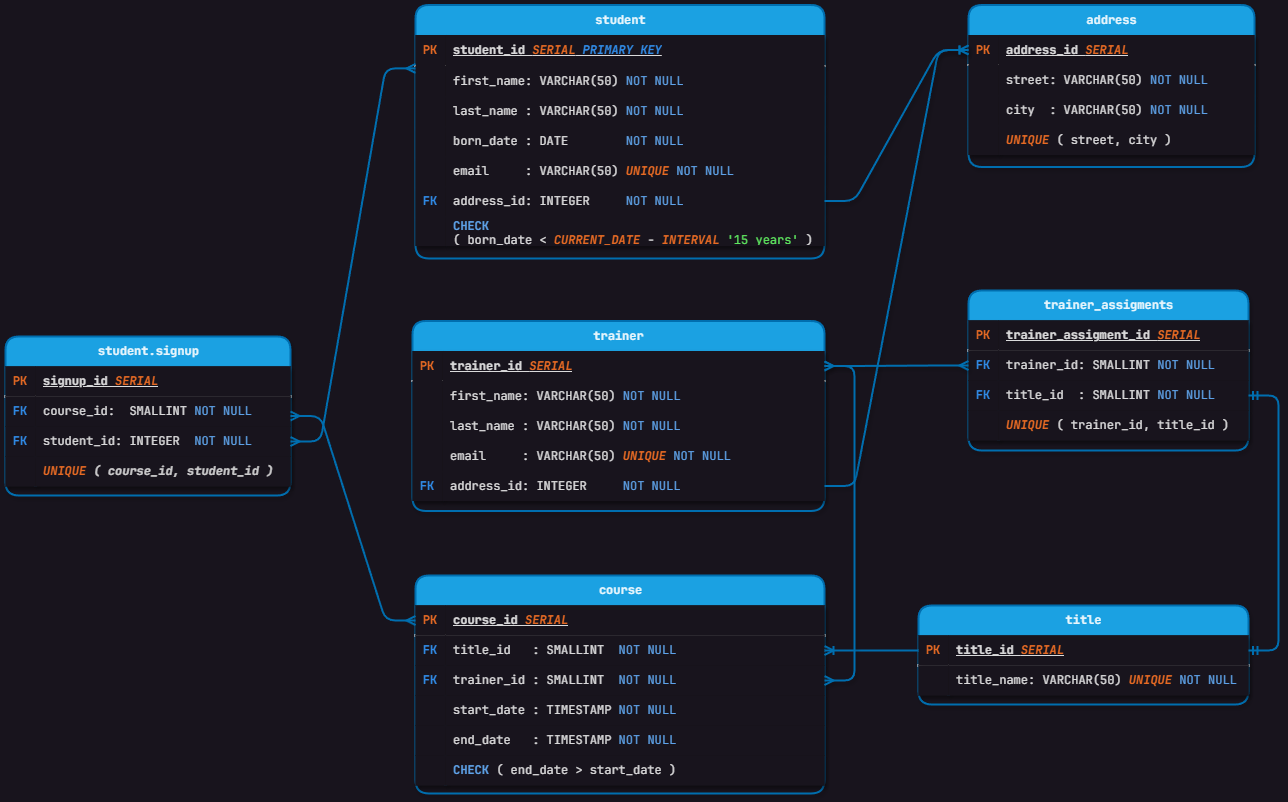
Mirjax2000/db_project keeps this draw.io diagram as Diagrams/db_diagram.png. Above is the earlier version. Source tidied: cells renumbered, new cells last; positions are measured from the earlier drawing's top-left corner, leaving out a move shared by most shapes.
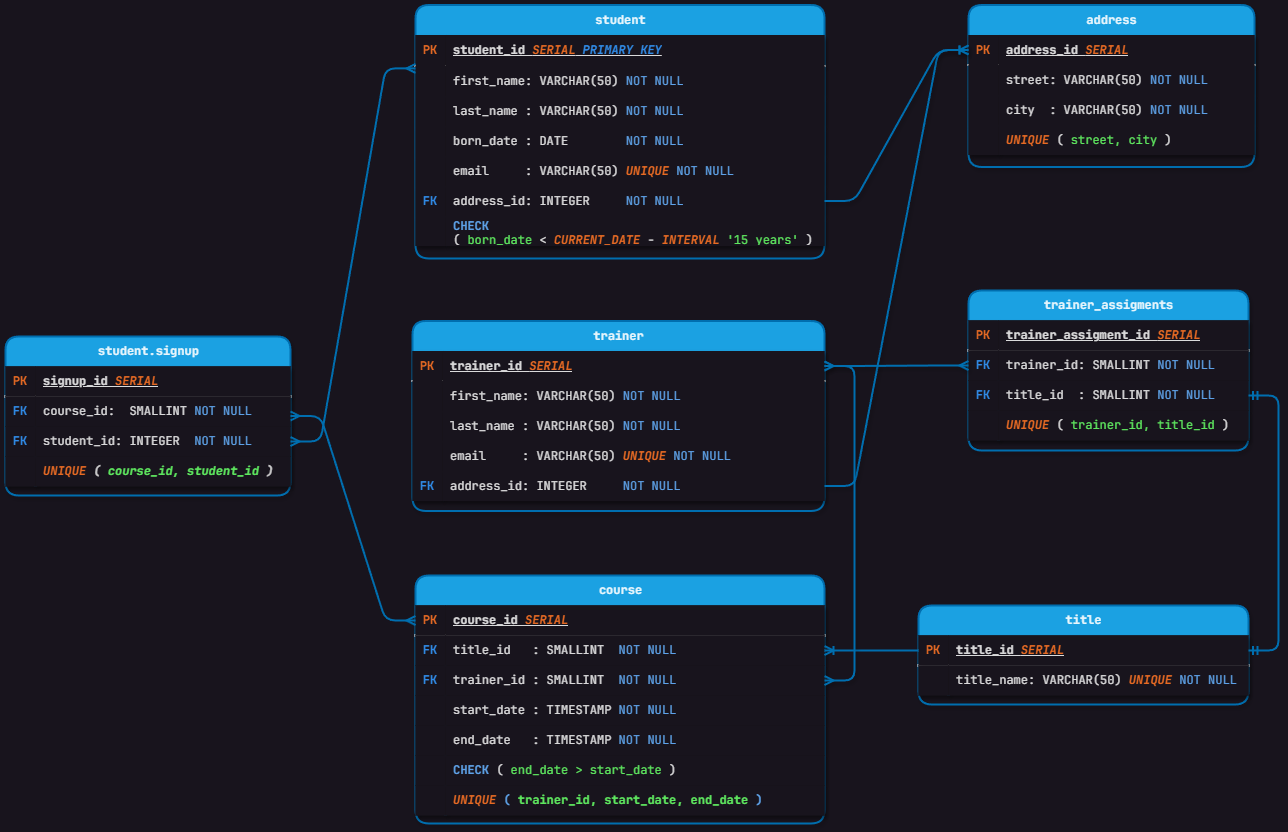
After the commit.

Change to the diagram source:
```diff
@@ -38,11 +38,11 @@
     <mxCell id="13" style="shape=partialRectangle;top=0;left=0;bottom=0;right=0;overflow=hidden;whiteSpace=wrap;html=1;align=left;fontFamily=JetBrains Mono;textShadow=0;textOpacity=90;labelBackgroundColor=none;rounded=1;fontSize=12;strokeWidth=2;shadow=1;swimlaneLine=0;" parent="12" vertex="1">
       <mxGeometry width="30" height="30" as="geometry" />
     </mxCell>
-    <mxCell id="14" value="&lt;b&gt;&lt;i&gt;&lt;font color=&quot;#ff7424&quot;&gt;UNIQUE&lt;/font&gt;&lt;/i&gt;&lt;/b&gt; ( street, city )" style="shape=partialRectangle;top=0;left=0;bottom=0;right=0;align=left;spacingLeft=6;overflow=hidden;whiteSpace=wrap;html=1;fontFamily=JetBrains Mono;textShadow=0;textOpacity=90;labelBackgroundColor=none;rounded=1;fontSize=12;strokeWidth=2;shadow=1;swimlaneLine=0;" parent="12" vertex="1">
+    <mxCell id="14" value="&lt;b&gt;&lt;i&gt;&lt;font color=&quot;#ff7424&quot;&gt;UNIQUE&lt;/font&gt;&lt;/i&gt;&lt;/b&gt; (&lt;font color=&quot;#66ff66&quot;&gt; street, city&lt;/font&gt; )" style="shape=partialRectangle;top=0;left=0;bottom=0;right=0;align=left;spacingLeft=6;overflow=hidden;whiteSpace=wrap;html=1;fontFamily=JetBrains Mono;textShadow=0;textOpacity=90;labelBackgroundColor=none;rounded=1;fontSize=12;strokeWidth=2;shadow=1;swimlaneLine=0;" parent="12" vertex="1">
       <mxGeometry x="30" width="256" height="30" as="geometry" />
     </mxCell>
     <mxCell id="15" value="&lt;font style=&quot;font-size: 12px;&quot;&gt;course&lt;/font&gt;" style="shape=table;startSize=30;rowLines=0;fontStyle=1;align=center;html=1;fontFamily=JetBrains Mono;textShadow=0;textOpacity=90;labelBackgroundColor=none;rounded=1;fontSize=12;strokeWidth=2;shadow=1;fillColor=#1ba1e2;fontColor=#ffffff;strokeColor=#006EAF;swimlaneLine=0;direction=east;" parent="1" vertex="1">
-      <mxGeometry x="410" y="570" width="409" height="218" as="geometry" />
+      <mxGeometry x="410" y="570" width="409" height="248" as="geometry" />
     </mxCell>
     <mxCell id="16" style="shape=tableRow;horizontal=0;startSize=0;swimlaneHead=0;swimlaneBody=0;points=[[0,0.5],[1,0.5]];portConstraint=eastwest;top=0;left=0;right=0;bottom=1;align=left;fontFamily=JetBrains Mono;textShadow=0;textOpacity=90;labelBackgroundColor=none;rounded=1;fontSize=12;strokeWidth=2;shadow=1;swimlaneLine=0;" parent="15" vertex="1">
       <mxGeometry y="30" width="409" height="30" as="geometry" />
@@ -95,9 +95,18 @@
     <mxCell id="32" style="shape=partialRectangle;top=0;left=0;bottom=0;right=0;overflow=hidden;whiteSpace=wrap;html=1;align=left;fontFamily=JetBrains Mono;textShadow=0;textOpacity=90;labelBackgroundColor=none;rounded=1;fontSize=12;strokeWidth=2;shadow=1;swimlaneLine=0;" parent="31" vertex="1">
       <mxGeometry width="30" height="30" as="geometry" />
     </mxCell>
-    <mxCell id="33" value="&lt;b&gt;&lt;font color=&quot;#66b2ff&quot;&gt;CHECK&lt;/font&gt;&lt;/b&gt; ( end_date &amp;gt; start_date )" style="shape=partialRectangle;top=0;left=0;bottom=0;right=0;align=left;spacingLeft=6;overflow=hidden;whiteSpace=wrap;html=1;fontFamily=JetBrains Mono;textShadow=0;textOpacity=90;labelBackgroundColor=none;rounded=1;fontSize=12;strokeWidth=2;shadow=1;swimlaneLine=0;" parent="31" vertex="1">
+    <mxCell id="33" value="&lt;b&gt;&lt;font color=&quot;#66b2ff&quot;&gt;CHECK&lt;/font&gt;&lt;/b&gt; (&lt;font color=&quot;#66ff66&quot;&gt; end_date &amp;gt; start_date&lt;/font&gt; )" style="shape=partialRectangle;top=0;left=0;bottom=0;right=0;align=left;spacingLeft=6;overflow=hidden;whiteSpace=wrap;html=1;fontFamily=JetBrains Mono;textShadow=0;textOpacity=90;labelBackgroundColor=none;rounded=1;fontSize=12;strokeWidth=2;shadow=1;swimlaneLine=0;" parent="31" vertex="1">
       <mxGeometry x="30" width="379" height="30" as="geometry" />
     </mxCell>
+    <mxCell id="113" style="shape=tableRow;horizontal=0;startSize=0;swimlaneHead=0;swimlaneBody=0;top=0;left=0;right=0;bottom=0;align=left;fontFamily=JetBrains Mono;textShadow=0;textOpacity=90;labelBackgroundColor=none;rounded=1;fontSize=12;strokeWidth=2;shadow=1;swimlaneLine=0;" parent="15" vertex="1">
+      <mxGeometry y="210" width="409" height="30" as="geometry" />
+    </mxCell>
+    <mxCell id="114" style="shape=partialRectangle;top=0;left=0;bottom=0;right=0;overflow=hidden;whiteSpace=wrap;html=1;align=left;fontFamily=JetBrains Mono;textShadow=0;textOpacity=90;labelBackgroundColor=none;rounded=1;fontSize=12;strokeWidth=2;shadow=1;swimlaneLine=0;" parent="113" vertex="1">
+      <mxGeometry width="30" height="30" as="geometry" />
+    </mxCell>
+    <mxCell id="115" value="&lt;b style=&quot;&quot;&gt;&lt;i style=&quot;&quot;&gt;&lt;font color=&quot;#ff7424&quot;&gt;UNIQUE&lt;/font&gt;&lt;/i&gt;&lt;font color=&quot;#66b2ff&quot;&gt; ( &lt;/font&gt;&lt;font color=&quot;#66ff66&quot;&gt;trainer_id, start_date, end_date&lt;/font&gt;&lt;font color=&quot;#66b2ff&quot;&gt; )&lt;/font&gt;&lt;/b&gt;" style="shape=partialRectangle;top=0;left=0;bottom=0;right=0;align=left;spacingLeft=6;overflow=hidden;whiteSpace=wrap;html=1;fontFamily=JetBrains Mono;textShadow=0;textOpacity=90;labelBackgroundColor=none;rounded=1;fontSize=12;strokeWidth=2;shadow=1;swimlaneLine=0;" parent="113" vertex="1">
+      <mxGeometry x="30" width="379" height="30" as="geometry" />
+    </mxCell>
     <mxCell id="34" value="&lt;font style=&quot;font-size: 12px;&quot;&gt;student.signup&lt;/font&gt;" style="shape=table;startSize=30;rowLines=0;fontStyle=1;align=center;html=1;fontFamily=JetBrains Mono;textShadow=0;textOpacity=90;labelBackgroundColor=none;rounded=1;fontSize=12;strokeWidth=2;shadow=1;fillColor=#1ba1e2;fontColor=#ffffff;strokeColor=#006EAF;swimlaneLine=0;direction=east;" parent="1" vertex="1">
       <mxGeometry y="331" width="285" height="159" as="geometry" />
     </mxCell>
@@ -134,7 +143,7 @@
     <mxCell id="45" style="shape=partialRectangle;top=0;left=0;bottom=0;right=0;overflow=hidden;whiteSpace=wrap;html=1;align=center;fontFamily=JetBrains Mono;textShadow=0;textOpacity=90;labelBackgroundColor=none;rounded=1;fontSize=12;strokeWidth=2;shadow=1;swimlaneLine=0;" parent="44" vertex="1">
       <mxGeometry width="30" height="30" as="geometry" />
     </mxCell>
-    <mxCell id="46" value="&lt;b&gt;&lt;i&gt;&lt;font color=&quot;#ff7424&quot;&gt;UNIQUE &lt;/font&gt;&lt;font color=&quot;#e0e0e0&quot;&gt;( course_id, student_id )&lt;/font&gt;&lt;/i&gt;&lt;/b&gt;" style="shape=partialRectangle;top=0;left=0;bottom=0;right=0;align=left;spacingLeft=6;overflow=hidden;whiteSpace=wrap;html=1;fontFamily=JetBrains Mono;textShadow=0;textOpacity=90;labelBackgroundColor=none;rounded=1;fontSize=12;strokeWidth=2;shadow=1;swimlaneLine=0;" parent="44" vertex="1">
+    <mxCell id="46" value="&lt;b&gt;&lt;i&gt;&lt;font color=&quot;#ff7424&quot;&gt;UNIQUE &lt;/font&gt;&lt;font color=&quot;#e0e0e0&quot;&gt;( &lt;/font&gt;&lt;font color=&quot;#66ff66&quot;&gt;course_id, student_id&lt;/font&gt;&lt;font color=&quot;#e0e0e0&quot;&gt; )&lt;/font&gt;&lt;/i&gt;&lt;/b&gt;" style="shape=partialRectangle;top=0;left=0;bottom=0;right=0;align=left;spacingLeft=6;overflow=hidden;whiteSpace=wrap;html=1;fontFamily=JetBrains Mono;textShadow=0;textOpacity=90;labelBackgroundColor=none;rounded=1;fontSize=12;strokeWidth=2;shadow=1;swimlaneLine=0;" parent="44" vertex="1">
       <mxGeometry x="30" width="255" height="30" as="geometry" />
     </mxCell>
     <mxCell id="47" value="&lt;font style=&quot;font-size: 12px;&quot;&gt;student&lt;/font&gt;" style="shape=table;startSize=30;rowLines=1;fontStyle=1;align=center;html=1;fontFamily=JetBrains Mono;textShadow=0;textOpacity=90;labelBackgroundColor=none;rounded=1;fontSize=12;strokeWidth=2;shadow=0;fillColor=#1ba1e2;strokeColor=#006EAF;fontColor=#ffffff;swimlaneLine=0;direction=east;" parent="1" vertex="1">
@@ -200,7 +209,7 @@
     <mxCell id="67" style="shape=partialRectangle;top=0;left=0;bottom=0;right=0;overflow=hidden;whiteSpace=wrap;html=1;align=center;fontFamily=JetBrains Mono;textShadow=0;textOpacity=90;labelBackgroundColor=none;rounded=1;fontSize=12;strokeWidth=2;shadow=1;swimlaneLine=0;" parent="66" vertex="1">
       <mxGeometry width="30" height="30" as="geometry" />
     </mxCell>
-    <mxCell id="68" value="&lt;b&gt;&lt;font color=&quot;#66b2ff&quot;&gt;CHECK&lt;/font&gt;&lt;/b&gt;&lt;div&gt; ( born_date &amp;lt; &lt;b&gt;&lt;i&gt;&lt;font color=&quot;#ff7424&quot;&gt;CURRENT_DATE&lt;/font&gt;&lt;/i&gt;&lt;/b&gt; - &lt;b&gt;&lt;i&gt;&lt;font color=&quot;#ff7424&quot;&gt;INTERVAL&lt;/font&gt;&lt;/i&gt;&lt;/b&gt; &lt;font color=&quot;#66ff66&quot;&gt;'15 years'&amp;nbsp;&lt;/font&gt;)&lt;/div&gt;" style="shape=partialRectangle;top=0;left=0;bottom=0;right=0;align=left;spacingLeft=6;overflow=hidden;whiteSpace=wrap;html=1;fontFamily=JetBrains Mono;textShadow=0;textOpacity=90;labelBackgroundColor=none;rounded=1;fontSize=12;strokeWidth=2;shadow=1;swimlaneLine=0;" parent="66" vertex="1">
+    <mxCell id="68" value="&lt;b&gt;&lt;font color=&quot;#66b2ff&quot;&gt;CHECK&lt;/font&gt;&lt;/b&gt;&lt;div&gt; ( &lt;font color=&quot;#66ff66&quot;&gt;born_date&lt;/font&gt; &amp;lt; &lt;b&gt;&lt;i&gt;&lt;font color=&quot;#ff7424&quot;&gt;CURRENT_DATE&lt;/font&gt;&lt;/i&gt;&lt;/b&gt; - &lt;b&gt;&lt;i&gt;&lt;font color=&quot;#ff7424&quot;&gt;INTERVAL&lt;/font&gt;&lt;/i&gt;&lt;/b&gt; &lt;font color=&quot;#66ff66&quot;&gt;'15 years'&amp;nbsp;&lt;/font&gt;)&lt;/div&gt;" style="shape=partialRectangle;top=0;left=0;bottom=0;right=0;align=left;spacingLeft=6;overflow=hidden;whiteSpace=wrap;html=1;fontFamily=JetBrains Mono;textShadow=0;textOpacity=90;labelBackgroundColor=none;rounded=1;fontSize=12;strokeWidth=2;shadow=1;swimlaneLine=0;" parent="66" vertex="1">
       <mxGeometry x="30" width="379" height="30" as="geometry" />
     </mxCell>
     <mxCell id="69" value="title" style="shape=table;startSize=30;rowLines=0;fontStyle=1;align=center;html=1;fontFamily=JetBrains Mono;textShadow=0;textOpacity=90;labelBackgroundColor=none;rounded=1;fontSize=12;strokeWidth=2;shadow=1;fillColor=#1ba1e2;fontColor=#ffffff;strokeColor=#006EAF;swimlaneLine=0;direction=east;" parent="1" vertex="1">
@@ -308,7 +317,7 @@
     <mxCell id="103" style="shape=partialRectangle;top=0;left=0;bottom=0;right=0;overflow=hidden;whiteSpace=wrap;html=1;align=center;fontFamily=JetBrains Mono;textShadow=0;textOpacity=90;labelBackgroundColor=none;rounded=1;fontSize=12;strokeWidth=2;shadow=1;swimlaneLine=0;" parent="102" vertex="1">
       <mxGeometry width="30" height="30" as="geometry" />
     </mxCell>
-    <mxCell id="104" value="&lt;font color=&quot;#ff7424&quot;&gt;&lt;i&gt;&lt;b&gt;UNIQUE&lt;/b&gt;&lt;/i&gt;&lt;/font&gt; ( trainer_id, title_id )" style="shape=partialRectangle;top=0;left=0;bottom=0;right=0;align=left;spacingLeft=6;overflow=hidden;whiteSpace=wrap;html=1;fontFamily=JetBrains Mono;textShadow=0;textOpacity=90;labelBackgroundColor=none;rounded=1;fontSize=12;strokeWidth=2;shadow=1;swimlaneLine=0;" parent="102" vertex="1">
+    <mxCell id="104" value="&lt;font color=&quot;#ff7424&quot;&gt;&lt;i&gt;&lt;b&gt;UNIQUE&lt;/b&gt;&lt;/i&gt;&lt;/font&gt; ( &lt;font color=&quot;#66ff66&quot;&gt;trainer_id, title_id&lt;/font&gt; )" style="shape=partialRectangle;top=0;left=0;bottom=0;right=0;align=left;spacingLeft=6;overflow=hidden;whiteSpace=wrap;html=1;fontFamily=JetBrains Mono;textShadow=0;textOpacity=90;labelBackgroundColor=none;rounded=1;fontSize=12;strokeWidth=2;shadow=1;swimlaneLine=0;" parent="102" vertex="1">
       <mxGeometry x="30" width="250" height="30" as="geometry" />
     </mxCell>
     <mxCell id="105" style="edgeStyle=entityRelationEdgeStyle;fontSize=12;html=1;endArrow=ERmany;startArrow=ERmany;rounded=1;entryX=0;entryY=0.5;entryDx=0;entryDy=0;exitX=1;exitY=0.5;exitDx=0;exitDy=0;fillColor=#1ba1e2;strokeColor=#006EAF;strokeWidth=2;swimlaneLine=0;" parent="1" edge="1" source="34" target="16">
```
